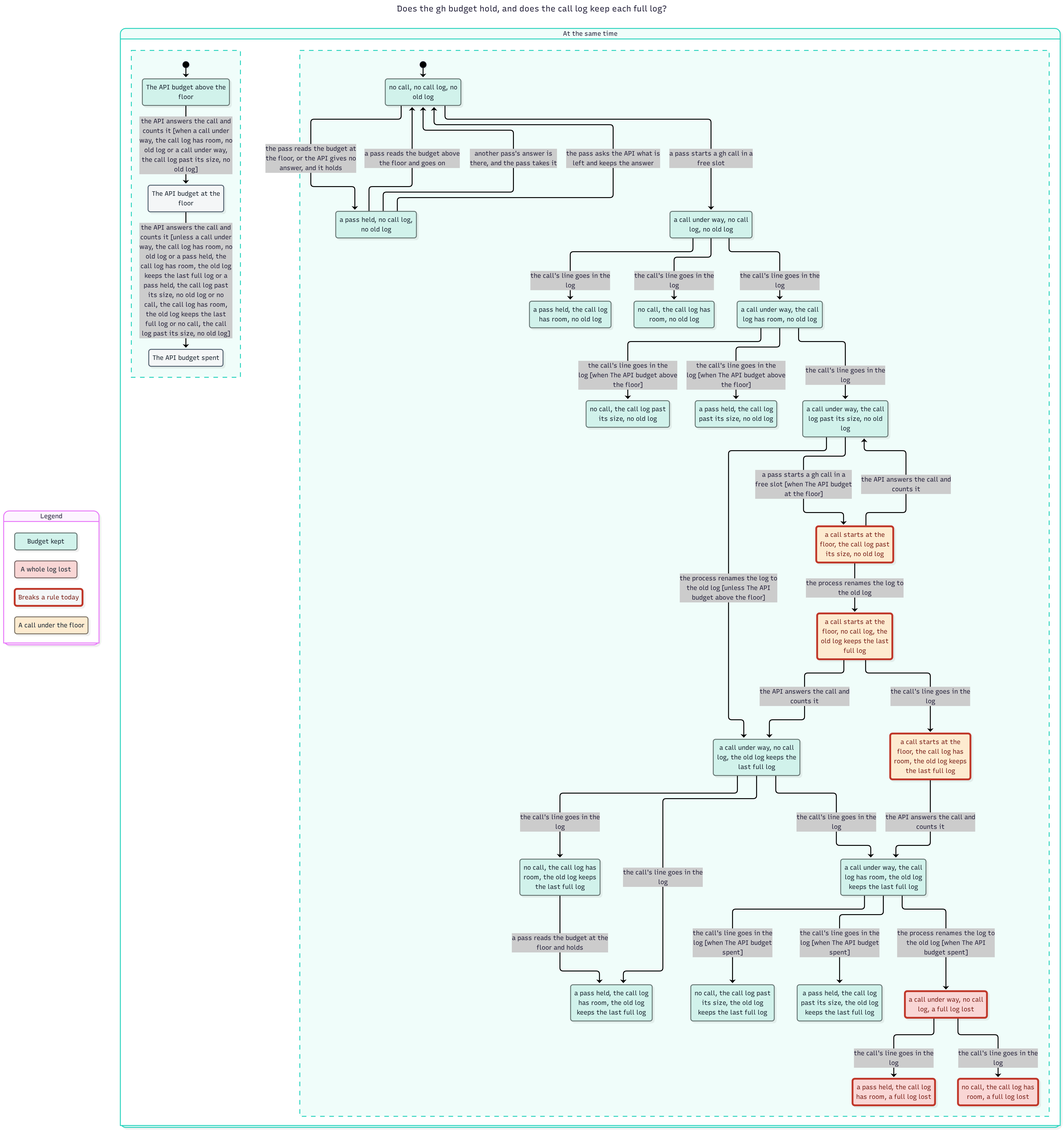
The Mermaid diagram features/jsettings/spec/GhBudget-statechart/chart.png in JoshuaHayesWasHere/jstack, before a commit. Its source is kept beside it as features/jsettings/spec/GhBudget-statechart/chart.mmd. The source it was exported from:
```mermaid
---
title: "Does the gh budget hold, and does the call log keep each full log?"
config:
  markdownAutoWrap: false
  state:
    useMaxWidth: false
---
stateDiagram-v2
  classDef plain fill:#f4f6f7,stroke:#566573,color:#1b2631
  classDef plainWrong fill:#f4f6f7,stroke:#c0392b,stroke-width:4px,color:#7b241c
  classDef group0 fill:#d1f2eb,stroke:#697976,color:#1b2631
  classDef group1 fill:#fdebd0,stroke:#7f7668,color:#1b2631
  classDef group1Wrong fill:#fdebd0,stroke:#c0392b,stroke-width:4px,color:#7b241c
  classDef group2 fill:#f9d6d5,stroke:#7d6b6b,color:#1b2631
  classDef group2Wrong fill:#f9d6d5,stroke:#c0392b,stroke-width:4px,color:#7b241c
  state "Legend" as legend {
    state "Budget kept" as legendGroup0
    state "A call under the floor" as legendGroup1
    state "A whole log lost" as legendGroup2
    state "Breaks a rule today" as legendWrong
  }
  class legendGroup0 group0
  class legendGroup1 group1
  class legendGroup2 group2
  class legendWrong plainWrong
  state "At the same time" as regions {
    [*] --> r0s0
    state "The API budget above the<br/>floor" as r0s0
    state "The API budget at the<br/>floor" as r0s1
    state "The API budget spent" as r0s2
    r0s0 --> r0s1 : the API answers the call and<br/>counts it [when a call under<br/>way, the call log has room, no<br/>old log or a call under way,<br/>the call log past its size, no<br/>old log]
    r0s1 --> r0s2 : the API answers the call and<br/>counts it [unless a call under<br/>way, the call log has room, no<br/>old log or a pass held, the<br/>call log has room, the old log<br/>keeps the last full log or a<br/>pass held, the call log past<br/>its size, no old log or no<br/>call, the call log has room,<br/>the old log keeps the last<br/>full log or no call, the call<br/>log past its size, no old log]
    --
    [*] --> r1s15
    state "a call starts at the<br/>floor, no call log, the<br/>old log keeps the last<br/>full log" as r1s0
    state "a call starts at the<br/>floor, the call log has<br/>room, the old log keeps<br/>the last full log" as r1s1
    state "a call starts at the<br/>floor, the call log past<br/>its size, no old log" as r1s2
    state "a call under way, no call<br/>log, a full log lost" as r1s3
    state "a call under way, no call<br/>log, no old log" as r1s4
    state "a call under way, no call<br/>log, the old log keeps the<br/>last full log" as r1s5
    state "a call under way, the call<br/>log has room, no old log" as r1s6
    state "a call under way, the call<br/>log has room, the old log<br/>keeps the last full log" as r1s7
    state "a call under way, the call<br/>log past its size, no old<br/>log" as r1s8
    state "a pass held, no call log,<br/>no old log" as r1s9
    state "a pass held, the call log<br/>has room, a full log lost" as r1s10
    state "a pass held, the call log<br/>has room, no old log" as r1s11
    state "a pass held, the call log<br/>has room, the old log<br/>keeps the last full log" as r1s12
    state "a pass held, the call log<br/>past its size, no old log" as r1s13
    state "a pass held, the call log<br/>past its size, the old log<br/>keeps the last full log" as r1s14
    state "no call, no call log, no<br/>old log" as r1s15
    state "no call, the call log has<br/>room, a full log lost" as r1s16
    state "no call, the call log has<br/>room, no old log" as r1s17
    state "no call, the call log has<br/>room, the old log keeps<br/>the last full log" as r1s18
    state "no call, the call log past<br/>its size, no old log" as r1s19
    state "no call, the call log past<br/>its size, the old log<br/>keeps the last full log" as r1s20
    r1s0 --> r1s5 : the API answers the call and<br/>counts it
    r1s0 --> r1s1 : the call's line goes in the<br/>log
    r1s1 --> r1s7 : the API answers the call and<br/>counts it
    r1s2 --> r1s8 : the API answers the call and<br/>counts it
    r1s2 --> r1s0 : the process renames the log to<br/>the old log
    r1s3 --> r1s16 : the call's line goes in the<br/>log
    r1s3 --> r1s10 : the call's line goes in the<br/>log
    r1s4 --> r1s17 : the call's line goes in the<br/>log
    r1s4 --> r1s6 : the call's line goes in the<br/>log
    r1s4 --> r1s11 : the call's line goes in the<br/>log
    r1s5 --> r1s18 : the call's line goes in the<br/>log
    r1s5 --> r1s7 : the call's line goes in the<br/>log
    r1s5 --> r1s12 : the call's line goes in the<br/>log
    r1s6 --> r1s19 : the call's line goes in the<br/>log [when The API budget above<br/>the floor]
    r1s6 --> r1s8 : the call's line goes in the<br/>log
    r1s6 --> r1s13 : the call's line goes in the<br/>log [when The API budget above<br/>the floor]
    r1s7 --> r1s20 : the call's line goes in the<br/>log [when The API budget<br/>spent]
    r1s7 --> r1s14 : the call's line goes in the<br/>log [when The API budget<br/>spent]
    r1s7 --> r1s3 : the process renames the log to<br/>the old log [when The API<br/>budget spent]
    r1s8 --> r1s2 : a pass starts a gh call in a<br/>free slot [when The API budget<br/>at the floor]
    r1s8 --> r1s5 : the process renames the log to<br/>the old log [unless The API<br/>budget above the floor]
    r1s9 --> r1s15 : a pass reads the budget above<br/>the floor and goes on
    r1s9 --> r1s15 : another pass's answer is<br/>there, and the pass takes it
    r1s9 --> r1s15 : the pass asks the API what is<br/>left and keeps the answer
    r1s15 --> r1s4 : a pass starts a gh call in a<br/>free slot
    r1s15 --> r1s9 : the pass reads the budget at<br/>the floor, or the API gives no<br/>answer, and it holds
    r1s18 --> r1s12 : a pass reads the budget at the<br/>floor and holds
  }
  class r0s0 group0
  class r0s1 plain
  class r0s2 plain
  class r1s0 group1Wrong
  class r1s1 group1Wrong
  class r1s2 group1Wrong
  class r1s3 group2Wrong
  class r1s4 group0
  class r1s5 group0
  class r1s6 group0
  class r1s7 group0
  class r1s8 group0
  class r1s9 group0
  class r1s10 group2Wrong
  class r1s11 group0
  class r1s12 group0
  class r1s13 group0
  class r1s14 group0
  class r1s15 group0
  class r1s16 group2Wrong
  class r1s17 group0
  class r1s18 group0
  class r1s19 group0
  class r1s20 group0
```
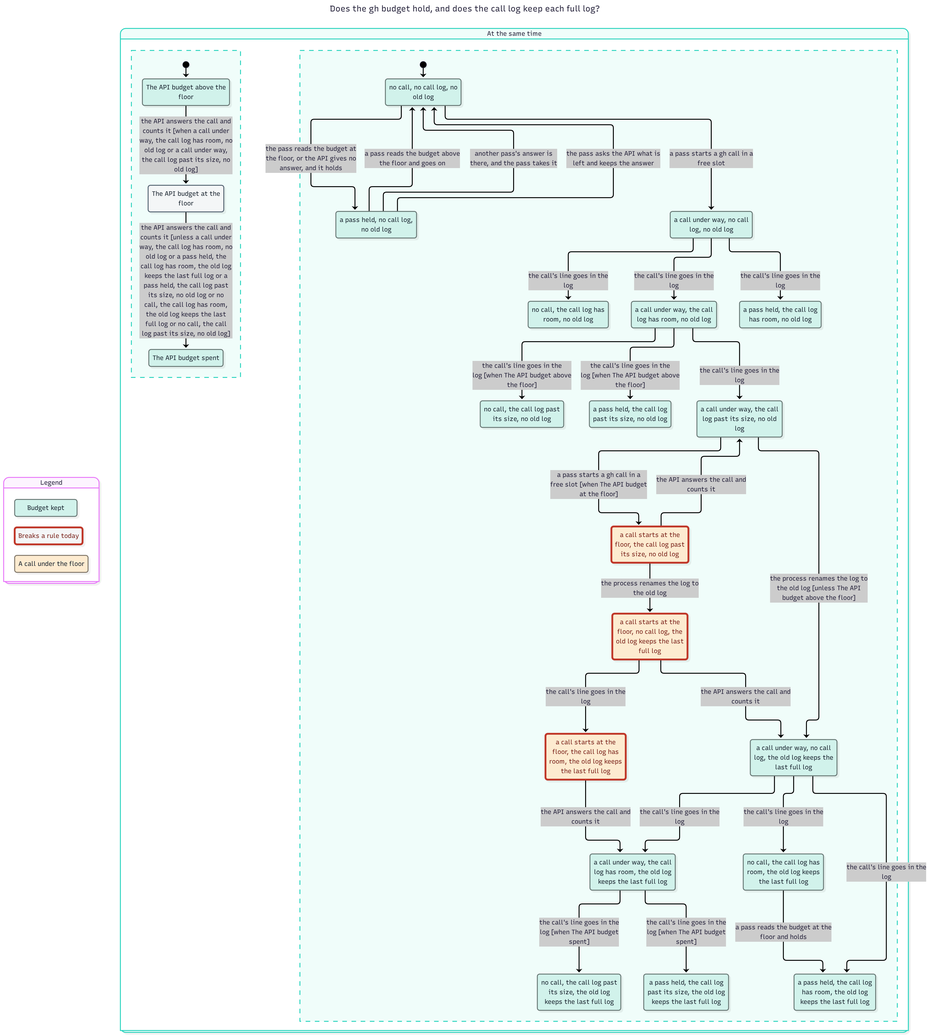
The same file after the commit.

Commit message:
fix(jsettings): proc._log checks the size and renames gh-calls.jsonl under one flock, so two processes never drop a whole call log

Diff of the diagram source:
```diff
@@ -11,17 +11,13 @@
   classDef group0 fill:#d1f2eb,stroke:#697976,color:#1b2631
   classDef group1 fill:#fdebd0,stroke:#7f7668,color:#1b2631
   classDef group1Wrong fill:#fdebd0,stroke:#c0392b,stroke-width:4px,color:#7b241c
-  classDef group2 fill:#f9d6d5,stroke:#7d6b6b,color:#1b2631
-  classDef group2Wrong fill:#f9d6d5,stroke:#c0392b,stroke-width:4px,color:#7b241c
   state "Legend" as legend {
     state "Budget kept" as legendGroup0
     state "A call under the floor" as legendGroup1
-    state "A whole log lost" as legendGroup2
     state "Breaks a rule today" as legendWrong
   }
   class legendGroup0 group0
   class legendGroup1 group1
-  class legendGroup2 group2
   class legendWrong plainWrong
   state "At the same time" as regions {
     [*] --> r0s0
@@ -31,77 +27,68 @@
     r0s0 --> r0s1 : the API answers the call and<br/>counts it [when a call under<br/>way, the call log has room, no<br/>old log or a call under way,<br/>the call log past its size, no<br/>old log]
     r0s1 --> r0s2 : the API answers the call and<br/>counts it [unless a call under<br/>way, the call log has room, no<br/>old log or a pass held, the<br/>call log has room, the old log<br/>keeps the last full log or a<br/>pass held, the call log past<br/>its size, no old log or no<br/>call, the call log has room,<br/>the old log keeps the last<br/>full log or no call, the call<br/>log past its size, no old log]
     --
-    [*] --> r1s15
+    [*] --> r1s13
     state "a call starts at the<br/>floor, no call log, the<br/>old log keeps the last<br/>full log" as r1s0
     state "a call starts at the<br/>floor, the call log has<br/>room, the old log keeps<br/>the last full log" as r1s1
     state "a call starts at the<br/>floor, the call log past<br/>its size, no old log" as r1s2
-    state "a call under way, no call<br/>log, a full log lost" as r1s3
-    state "a call under way, no call<br/>log, no old log" as r1s4
-    state "a call under way, no call<br/>log, the old log keeps the<br/>last full log" as r1s5
-    state "a call under way, the call<br/>log has room, no old log" as r1s6
-    state "a call under way, the call<br/>log has room, the old log<br/>keeps the last full log" as r1s7
-    state "a call under way, the call<br/>log past its size, no old<br/>log" as r1s8
-    state "a pass held, no call log,<br/>no old log" as r1s9
-    state "a pass held, the call log<br/>has room, a full log lost" as r1s10
-    state "a pass held, the call log<br/>has room, no old log" as r1s11
-    state "a pass held, the call log<br/>has room, the old log<br/>keeps the last full log" as r1s12
-    state "a pass held, the call log<br/>past its size, no old log" as r1s13
-    state "a pass held, the call log<br/>past its size, the old log<br/>keeps the last full log" as r1s14
-    state "no call, no call log, no<br/>old log" as r1s15
-    state "no call, the call log has<br/>room, a full log lost" as r1s16
-    state "no call, the call log has<br/>room, no old log" as r1s17
-    state "no call, the call log has<br/>room, the old log keeps<br/>the last full log" as r1s18
-    state "no call, the call log past<br/>its size, no old log" as r1s19
-    state "no call, the call log past<br/>its size, the old log<br/>keeps the last full log" as r1s20
-    r1s0 --> r1s5 : the API answers the call and<br/>counts it
+    state "a call under way, no call<br/>log, no old log" as r1s3
+    state "a call under way, no call<br/>log, the old log keeps the<br/>last full log" as r1s4
+    state "a call under way, the call<br/>log has room, no old log" as r1s5
+    state "a call under way, the call<br/>log has room, the old log<br/>keeps the last full log" as r1s6
+    state "a call under way, the call<br/>log past its size, no old<br/>log" as r1s7
+    state "a pass held, no call log,<br/>no old log" as r1s8
+    state "a pass held, the call log<br/>has room, no old log" as r1s9
+    state "a pass held, the call log<br/>has room, the old log<br/>keeps the last full log" as r1s10
+    state "a pass held, the call log<br/>past its size, no old log" as r1s11
+    state "a pass held, the call log<br/>past its size, the old log<br/>keeps the last full log" as r1s12
+    state "no call, no call log, no<br/>old log" as r1s13
+    state "no call, the call log has<br/>room, no old log" as r1s14
+    state "no call, the call log has<br/>room, the old log keeps<br/>the last full log" as r1s15
+    state "no call, the call log past<br/>its size, no old log" as r1s16
+    state "no call, the call log past<br/>its size, the old log<br/>keeps the last full log" as r1s17
+    r1s0 --> r1s4 : the API answers the call and<br/>counts it
     r1s0 --> r1s1 : the call's line goes in the<br/>log
-    r1s1 --> r1s7 : the API answers the call and<br/>counts it
-    r1s2 --> r1s8 : the API answers the call and<br/>counts it
+    r1s1 --> r1s6 : the API answers the call and<br/>counts it
+    r1s2 --> r1s7 : the API answers the call and<br/>counts it
     r1s2 --> r1s0 : the process renames the log to<br/>the old log
-    r1s3 --> r1s16 : the call's line goes in the<br/>log
-    r1s3 --> r1s10 : the call's line goes in the<br/>log
-    r1s4 --> r1s17 : the call's line goes in the<br/>log
+    r1s3 --> r1s14 : the call's line goes in the<br/>log
+    r1s3 --> r1s5 : the call's line goes in the<br/>log
+    r1s3 --> r1s9 : the call's line goes in the<br/>log
+    r1s4 --> r1s15 : the call's line goes in the<br/>log
     r1s4 --> r1s6 : the call's line goes in the<br/>log
-    r1s4 --> r1s11 : the call's line goes in the<br/>log
-    r1s5 --> r1s18 : the call's line goes in the<br/>log
+    r1s4 --> r1s10 : the call's line goes in the<br/>log
+    r1s5 --> r1s16 : the call's line goes in the<br/>log [when The API budget above<br/>the floor]
     r1s5 --> r1s7 : the call's line goes in the<br/>log
-    r1s5 --> r1s12 : the call's line goes in the<br/>log
-    r1s6 --> r1s19 : the call's line goes in the<br/>log [when The API budget above<br/>the floor]
-    r1s6 --> r1s8 : the call's line goes in the<br/>log
-    r1s6 --> r1s13 : the call's line goes in the<br/>log [when The API budget above<br/>the floor]
-    r1s7 --> r1s20 : the call's line goes in the<br/>log [when The API budget<br/>spent]
-    r1s7 --> r1s14 : the call's line goes in the<br/>log [when The API budget<br/>spent]
-    r1s7 --> r1s3 : the process renames the log to<br/>the old log [when The API<br/>budget spent]
-    r1s8 --> r1s2 : a pass starts a gh call in a<br/>free slot [when The API budget<br/>at the floor]
-    r1s8 --> r1s5 : the process renames the log to<br/>the old log [unless The API<br/>budget above the floor]
-    r1s9 --> r1s15 : a pass reads the budget above<br/>the floor and goes on
-    r1s9 --> r1s15 : another pass's answer is<br/>there, and the pass takes it
-    r1s9 --> r1s15 : the pass asks the API what is<br/>left and keeps the answer
-    r1s15 --> r1s4 : a pass starts a gh call in a<br/>free slot
-    r1s15 --> r1s9 : the pass reads the budget at<br/>the floor, or the API gives no<br/>answer, and it holds
-    r1s18 --> r1s12 : a pass reads the budget at the<br/>floor and holds
+    r1s5 --> r1s11 : the call's line goes in the<br/>log [when The API budget above<br/>the floor]
+    r1s6 --> r1s17 : the call's line goes in the<br/>log [when The API budget<br/>spent]
+    r1s6 --> r1s12 : the call's line goes in the<br/>log [when The API budget<br/>spent]
+    r1s7 --> r1s2 : a pass starts a gh call in a<br/>free slot [when The API budget<br/>at the floor]
+    r1s7 --> r1s4 : the process renames the log to<br/>the old log [unless The API<br/>budget above the floor]
+    r1s8 --> r1s13 : a pass reads the budget above<br/>the floor and goes on
+    r1s8 --> r1s13 : another pass's answer is<br/>there, and the pass takes it
+    r1s8 --> r1s13 : the pass asks the API what is<br/>left and keeps the answer
+    r1s13 --> r1s3 : a pass starts a gh call in a<br/>free slot
+    r1s13 --> r1s8 : the pass reads the budget at<br/>the floor, or the API gives no<br/>answer, and it holds
+    r1s15 --> r1s10 : a pass reads the budget at the<br/>floor and holds
   }
   class r0s0 group0
   class r0s1 plain
-  class r0s2 plain
+  class r0s2 group0
   class r1s0 group1Wrong
   class r1s1 group1Wrong
   class r1s2 group1Wrong
-  class r1s3 group2Wrong
+  class r1s3 group0
   class r1s4 group0
   class r1s5 group0
   class r1s6 group0
   class r1s7 group0
   class r1s8 group0
   class r1s9 group0
-  class r1s10 group2Wrong
+  class r1s10 group0
   class r1s11 group0
   class r1s12 group0
   class r1s13 group0
   class r1s14 group0
   class r1s15 group0
-  class r1s16 group2Wrong
+  class r1s16 group0
   class r1s17 group0
-  class r1s18 group0
-  class r1s19 group0
-  class r1s20 group0
```
